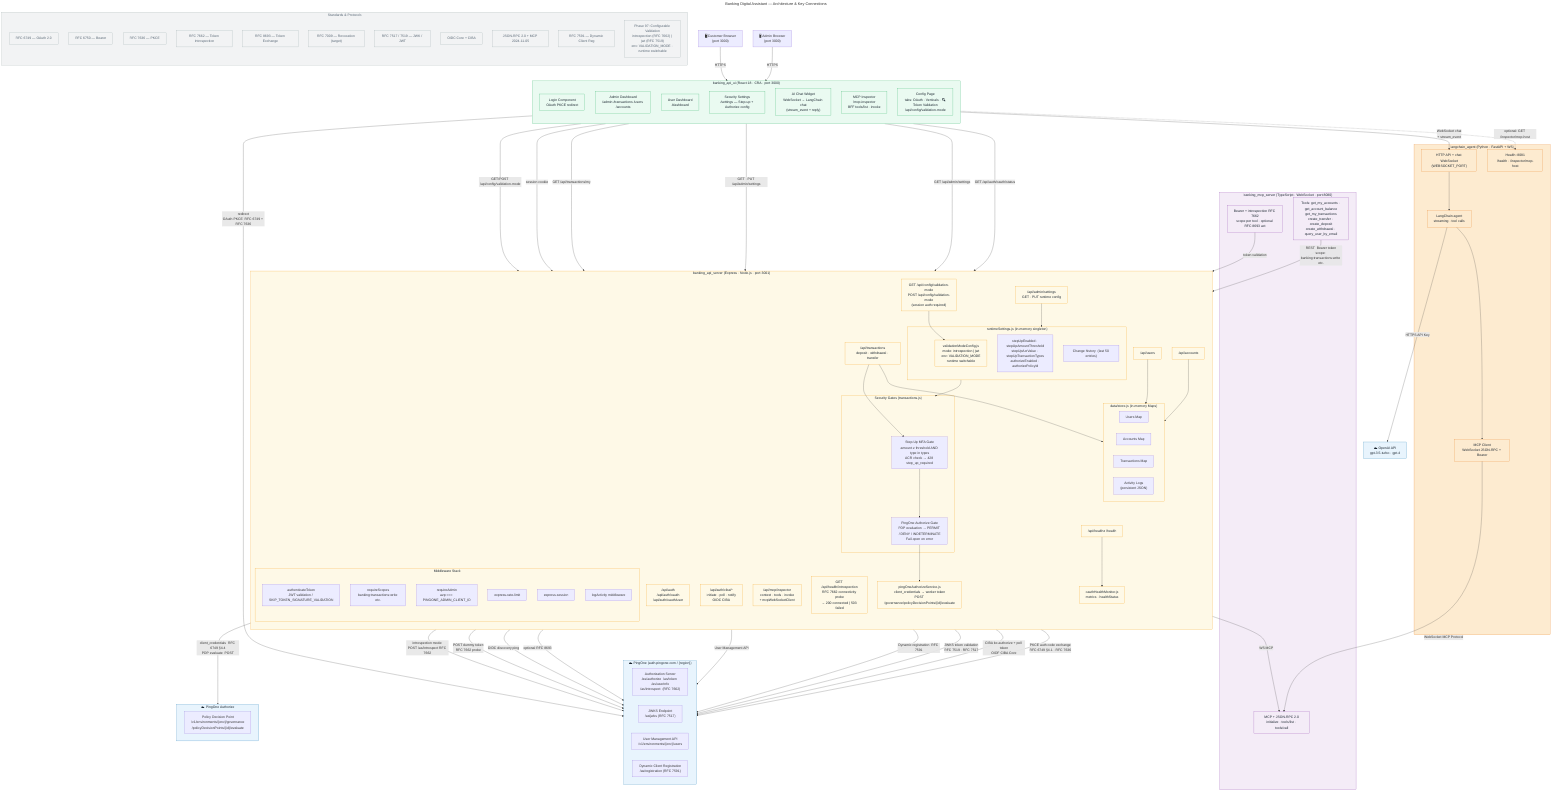
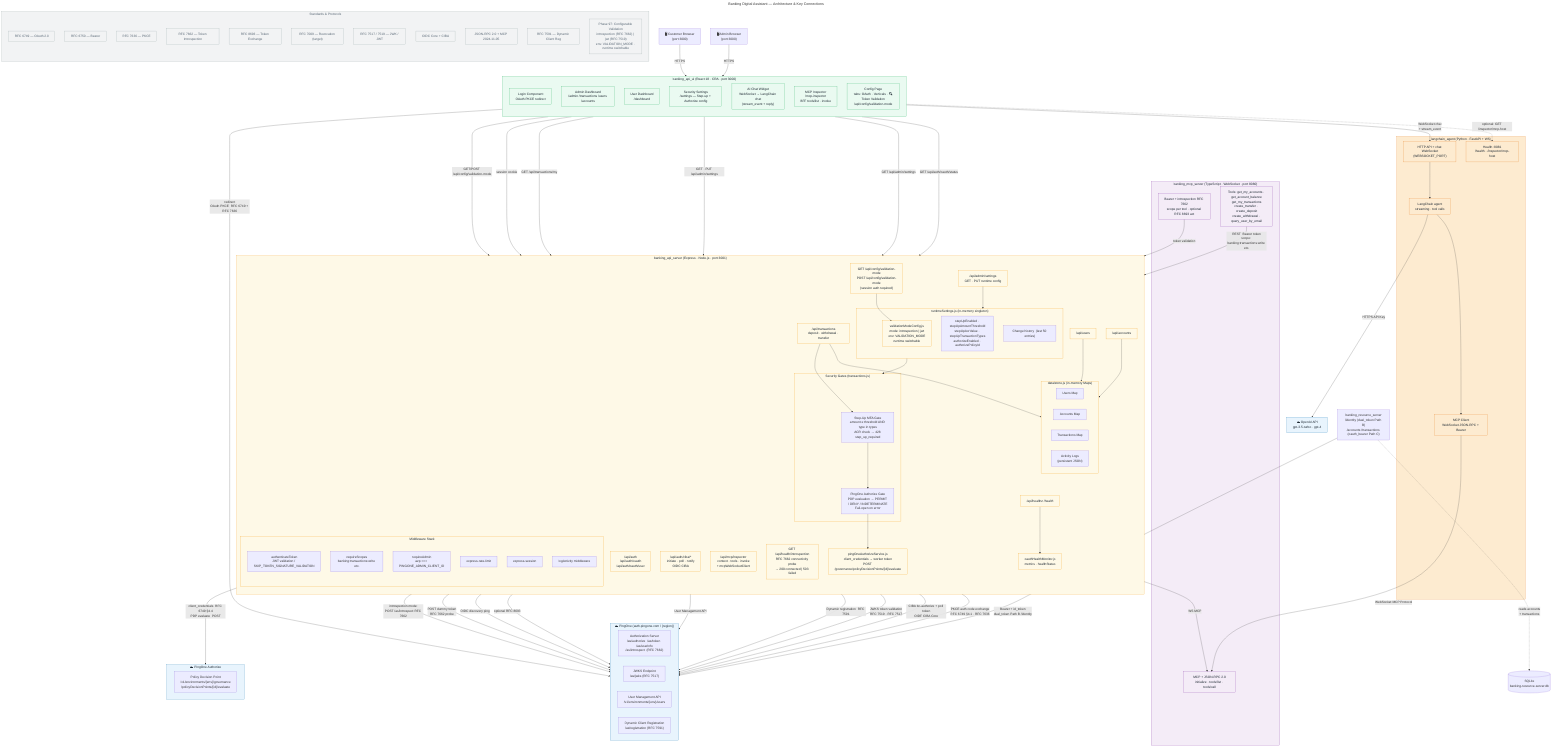
---
title: Banking Digital Assistant — Architecture & Key Connections
---
flowchart TB
    %% ── External Users ────────────────────────────────────────────────────────
    AdminBrowser["🖥️ Admin Browser\n(port 3000)"]
    CustomerBrowser["🖥️ Customer Browser\n(port 3000)"]

    %% ── Frontend ──────────────────────────────────────────────────────────────
    subgraph UI["banking_api_ui  (React 18 · CRA · port 3000)"]
        direction TB
        Login["Login Component\nOAuth PKCE redirect"]
        Dashboard["Admin Dashboard\n/admin /transactions /users /accounts"]
        UserDash["User Dashboard\n/dashboard"]
        SecuritySettings["Security Settings\n/settings — Step-up + Authorize config"]
        ChatWidget["AI Chat Widget\nWebSocket → LangChain chat\n(stream_event + reply)"]
        McpInspector["MCP Inspector\n/mcp-inspector\nBFF tools/list · invoke"]
        ConfigPage["Config Page\ntabs: OAuth · Verticals · 🔍 Token Validation\n/api/config/validation-mode"]
    end

    %% ── API Server ────────────────────────────────────────────────────────────
    subgraph API["banking_api_server  (Express · Node.js · port 3001)"]
        direction TB
        AuthRoutes["/api/auth\n/api/auth/oauth\n/api/auth/oauth/user"]
        CibaRoutes["/api/auth/ciba/*\ninitiate · poll · notify\nOIDC CIBA"]
        McpInspectorRoutes["/api/mcp/inspector\ncontext · tools · invoke\n+ mcpWebSocketClient"]
        TxRoutes["/api/transactions\ndeposit · withdrawal · transfer"]
        AdminRoutes["/api/admin/settings\nGET · PUT runtime config"]
        UserRoutes["/api/users"]
        AccountRoutes["/api/accounts"]
        Health["/api/healthz  /health"]
        ValidationRoutes["GET /api/config/validation-mode
POST /api/config/validation-mode
(session auth required)"]
        IntrospectionHealth["GET /api/health/introspection
RFC 7662 connectivity probe
→ 200 connected | 503 failed"]

        subgraph Middleware["Middleware Stack"]
            AuthMW["authenticateToken\nJWT validation / SKIP_TOKEN_SIGNATURE_VALIDATION"]
            ScopeMW["requireScopes\nbanking:transactions:write etc."]
            AdminMW["requireAdmin\nazp === PINGONE_ADMIN_CLIENT_ID"]
            RateLimiter["express-rate-limit"]
            Session["express-session"]
            ActivityLog["logActivity middleware"]
        end

        subgraph Gates["Security Gates  (transactions.js)"]
            StepUpGate["Step-Up MFA Gate\namount ≥ threshold AND type in types\nACR check → 428 step_up_required"]
            AuthorizeGate["PingOne Authorize Gate\nPDP evaluation → PERMIT / DENY / INDETERMINATE\nFail-open on error"]
        end

        subgraph RuntimeSettings["runtimeSettings.js  (in-memory singleton)"]
            ValidationMode["validationModeConfig.js
mode: introspection | jwt
env: VALIDATION_MODE
runtime switchable"]
            RSFields["stepUpEnabled · stepUpAmountThreshold\nstepUpAcrValue · stepUpTransactionTypes\nauthorizeEnabled · authorizePolicyId"]
            RSHistory["Change history  (last 50 entries)"]
        end

        subgraph DataStore["data/store.js  (in-memory Maps)"]
            Users["Users Map"]
            Accounts["Accounts Map"]
            Transactions["Transactions Map"]
            ActivityLogs["Activity Logs\n(persistent JSON)"]
        end

        AuthorizeService["pingOneAuthorizeService.js\nclient_credentials → worker token\nPOST /governance/policyDecisionPoints/{id}/evaluate"]
        OAuthMonitor["oauthHealthMonitor.js\nmetrics · healthStatus"]
    end

    %% ── MCP Server ────────────────────────────────────────────────────────────
    subgraph MCP["banking_mcp_server  (TypeScript · WebSocket · port 8080)"]
        MCPProtocol["MCP + JSON-RPC 2.0\ninitialize · tools/list · tools/call"]
        MCPTools["Tools: get_my_accounts · get_account_balance\nget_my_transactions\ncreate_transfer · create_deposit\ncreate_withdrawal · query_user_by_email"]
        MCPAuth["Bearer + introspection RFC 7662\nscope per tool · optional RFC 8693 act"]
    end

    %% ── LangChain Agent ───────────────────────────────────────────────────────
    subgraph Agent["langchain_agent  (Python · FastAPI + WS)"]
        FastAPI["HTTP API + chat WebSocket\n(WEBSOCKET_PORT)"]
        HealthInsp["Health :8081\n/health · /inspector/mcp-host"]
        LangChain["LangChain agent\nstreaming · tool calls"]
        MCPClientPy["MCP Client\nWebSocket JSON-RPC + Bearer"]
    end

    %% ── External Services ─────────────────────────────────────────────────────
    subgraph PingOneCloud["☁️ PingOne  (auth.pingone.com / {region})"]
        direction LR
        OIDC_AS["Authorization Server\n/as/authorize  /as/token  /as/userinfo\n/as/introspect  (RFC 7662)"]
        JWKS["JWKS Endpoint\n/as/jwks  (RFC 7517)"]
        UserMgmt["User Management API\n/v1/environments/{env}/users"]
        AppRegistration["Dynamic Client Registration\n/as/registration  (RFC 7591)"]
    end

    subgraph PingOneAuthorize["☁️ PingOne Authorize"]
        PDP["Policy Decision Point\n/v1/environments/{env}/governance\n/policyDecisionPoints/{id}/evaluate"]
    end

    OpenAI["☁️ OpenAI API\ngpt-3.5-turbo · gpt-4"]

    %% ── Connections: Browser → UI ──────────────────────────────────────────────
    AdminBrowser -->|"HTTPS"| UI
    CustomerBrowser -->|"HTTPS"| UI

    %% ── Connections: UI → API (proxied via CRA proxy :3001) ───────────────────
    Login -->|"redirect\nOAuth PKCE  RFC 6749 + RFC 7636"| OIDC_AS
    Login -->|"GET /api/auth/oauth/status"| AuthRoutes
    Dashboard -->|"GET /api/admin/settings"| AdminRoutes
    SecuritySettings -->|"GET · PUT /api/admin/settings"| AdminRoutes
    UserDash -->|"GET /api/transactions/my"| TxRoutes
    ChatWidget -->|"WebSocket chat\n+ stream_event"| FastAPI

    McpInspector -->|"session cookie"| McpInspectorRoutes
    McpInspector -.->|"optional: GET /inspector/mcp-host"| HealthInsp

    %% ── Connections: API ↔ PingOne ────────────────────────────────────────────
    AuthRoutes -->|"PKCE auth code exchange\nRFC 6749 §4.1 · RFC 7636"| OIDC_AS
    CibaRoutes -->|"CIBA bc-authorize + poll token\nOIDF CIBA Core"| OIDC_AS
    AuthMW -->|"JWKS token validation\nRFC 7519 · RFC 7517"| JWKS
    AuthorizeService -->|"client_credentials  RFC 6749 §4.4\nPDP evaluate  POST"| PingOneAuthorize
    AuthRoutes -->|"Dynamic registration  RFC 7591"| AppRegistration
    AdminRoutes -->|"User Management API"| UserMgmt
    McpInspectorRoutes -->|"optional RFC 8693"| OIDC_AS
    McpInspectorRoutes -->|"WS MCP"| MCPProtocol

    %% ── Connections: Gates → Services ─────────────────────────────────────────
    TxRoutes --> StepUpGate
    StepUpGate --> AuthorizeGate
    AuthorizeGate --> AuthorizeService
    AdminRoutes --> RuntimeSettings
    RuntimeSettings --> Gates

    %% ── Connections: API → DataStore ──────────────────────────────────────────
    TxRoutes --> DataStore
    UserRoutes --> DataStore
    AccountRoutes --> DataStore

    %% ── Connections: MCP → API ────────────────────────────────────────────────
    MCPTools -->|"REST  Bearer token\nscope: banking:transactions:write etc."| TxRoutes
    MCPAuth -->|"token validation"| AuthMW
    MCPClientPy -->|"WebSocket  MCP Protocol"| MCPProtocol

    %% ── Connections: Agent → MCP + OpenAI ─────────────────────────────────────
    LangChain --> MCPClientPy
    LangChain -->|"HTTPS  API Key"| OpenAI
    FastAPI --> LangChain

    %% ── Connections: OAuthMonitor ─────────────────────────────────────────────
    OAuthMonitor -->|"OIDC discovery ping"| OIDC_AS
    Health --> OAuthMonitor

    %% ── Connections: Token Validation Config ─────────────────────────────────
    ConfigPage -->|"GET/POST /api/config/validation-mode"| ValidationRoutes
    ValidationRoutes --> ValidationMode
    IntrospectionHealth -->|"POST dummy token
RFC 7662 probe"| OIDC_AS
    AuthMW -->|"introspection mode:
POST /as/introspect RFC 7662"| OIDC_AS

+     %% Phase 266 R2: banking_resource_server (live) — Paths B and C both terminate here.
+     %% Path A (api_key): RFC 6750 bearer dropped; X-API-Key injected at Gateway — no backend call.
+     %% Path B (dual_token): Bearer + id_token forwarded to /identity — RFC 8693 + RFC 8707 + OIDC Core ss3.1.3.7.
+     %% Path C (oauth_bearer): RFC 8693 exchange; Bearer (new aud) to /accounts /transactions — SQLite-backed.
+     BankingRS["banking_resource_server\n/identity (dual_token Path B)\n/accounts /transactions (oauth_bearer Path C)"]
+     SQLite[("SQLite\nbanking-resource-server.db")]
+ 
+     BankingRS -->|"Bearer + id_token\ndual_token Path B /identity"| JWKS
+     BankingRS -.->|"reads accounts\n+ transactions"| SQLite
+ 
    %% ── Standards Legend ──────────────────────────────────────────────────────
    subgraph Standards["Standards & Protocols"]
        direction TB
        S1["RFC 6749 — OAuth 2.0"]
        S2["RFC 6750 — Bearer"]
        S3["RFC 7636 — PKCE"]
        S4["RFC 7662 — Token Introspection"]
        S5["RFC 8693 — Token Exchange"]
        S6["RFC 7009 — Revocation (target)"]
        S7["RFC 7517 / 7519 — JWK / JWT"]
        S8["OIDC Core + CIBA"]
        S9["JSON-RPC 2.0 + MCP 2024-11-05"]
        S10["RFC 7591 — Dynamic Client Reg"]
        S11["Phase 97: Configurable Validation
introspection (RFC 7662) | jwt (RFC 7519)
env: VALIDATION_MODE · runtime switchable"]
    end

    %% ── Styling ───────────────────────────────────────────────────────────────
    classDef external fill:#e8f4fd,stroke:#2980b9,color:#1a252f
    classDef frontend fill:#eafaf1,stroke:#27ae60,color:#1a252f
    classDef backend fill:#fef9e7,stroke:#f39c12,color:#1a252f
    classDef mcp fill:#f4ecf7,stroke:#8e44ad,color:#1a252f
    classDef agent fill:#fdebd0,stroke:#e67e22,color:#1a252f
    classDef standard fill:#f2f3f4,stroke:#95a5a6,color:#566573

    class PingOneCloud,PingOneAuthorize,OpenAI external
    class UI,Login,Dashboard,UserDash,SecuritySettings,ChatWidget,McpInspector,ConfigPage frontend
    class API,AuthRoutes,CibaRoutes,McpInspectorRoutes,TxRoutes,AdminRoutes,UserRoutes,AccountRoutes,Health,Middleware,Gates,RuntimeSettings,DataStore,AuthorizeService,OAuthMonitor,ValidationMode,ValidationRoutes,IntrospectionHealth backend
    class MCP,MCPProtocol,MCPTools,MCPAuth mcp
    class Agent,FastAPI,HealthInsp,LangChain,MCPClientPy agent
    class Standards,S1,S2,S3,S4,S5,S6,S7,S8,S9,S10,S11 standard
